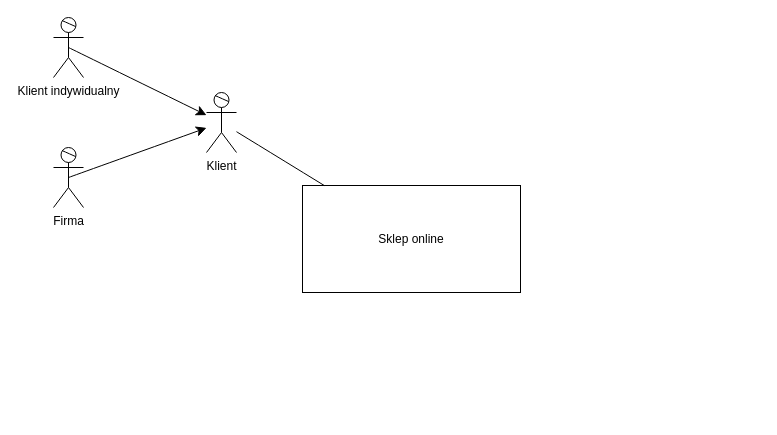
This is Diagram bez tytułu.drawio from Tarik-Alaiwi-dev/psi, a draw.io file, before an edit. Source tidied: cells renumbered, new cells numbered last; positions are measured from the earlier drawing's top-left corner, leaving out a move shared by most shapes. Both pictures are drawn from the tidied source at 100%, with x=0, y=0 at pixel (53, 17).
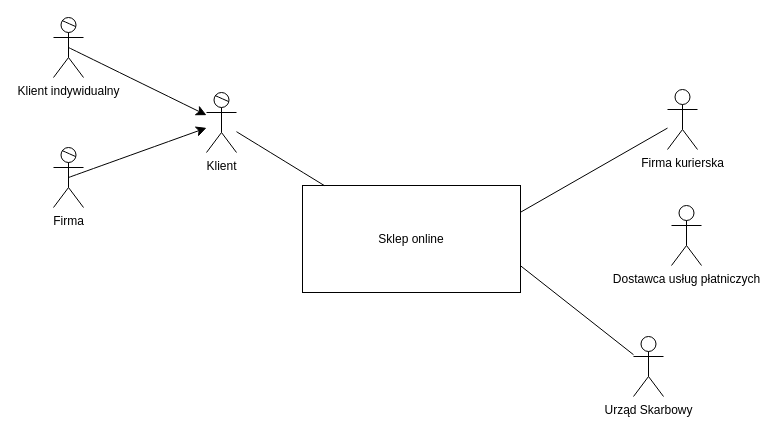
The same page after the edit.

What changed in the source:
```diff
@@
 <mxGraphModel>
   <root>
     <mxCell id="0" />
     <mxCell id="1" parent="0" />
     <mxCell id="2" value="Sklep online" style="rounded=0;whiteSpace=wrap;html=1;" parent="1" vertex="1">
       <mxGeometry x="249" y="168" width="218" height="107" as="geometry" />
     </mxCell>
+    <mxCell id="12" value="Urząd Skarbowy" style="shape=umlActor;verticalLabelPosition=bottom;verticalAlign=top;html=1;" parent="1" vertex="1">
+      <mxGeometry x="580" y="319" width="30" height="60" as="geometry" />
+    </mxCell>
     <mxCell id="3" value="Klient" style="shape=umlActor;verticalLabelPosition=bottom;verticalAlign=top;html=1;outlineConnect=0;" parent="1" vertex="1">
       <mxGeometry x="153" y="75" width="30" height="60" as="geometry" />
     </mxCell>
+    <mxCell id="13" style="rounded=0;jettySize=auto;html=1;entryX=1;entryY=0.75;entryDx=0;entryDy=0;endArrow=none;endFill=0;" parent="1" edge="1" source="12" target="2">
+      <mxGeometry relative="1" as="geometry" />
+    </mxCell>
     <mxCell id="4" style="endArrow=none;html=1;rounded=0;fontSize=12;startSize=8;endSize=8;curved=1;" parent="1" edge="1">
       <mxGeometry relative="1" as="geometry">
         <mxPoint x="161.5" y="78" as="sourcePoint" />
         <mxPoint x="175" y="84" as="targetPoint" />
       </mxGeometry>
     </mxCell>
+    <mxCell id="14" style="rounded=0;jettySize=auto;html=1;entryX=1;entryY=0.25;entryDx=0;entryDy=0;endArrow=none;endFill=0;" parent="1" edge="1" source="15" target="2">
+      <mxGeometry relative="1" as="geometry" />
+    </mxCell>
     <mxCell id="5" value="Klient indywidualny" style="shape=umlActor;verticalLabelPosition=bottom;verticalAlign=top;html=1;outlineConnect=0;" parent="1" vertex="1">
       <mxGeometry width="30" height="60" as="geometry" />
     </mxCell>
+    <mxCell id="15" value="Firma kurierska" style="shape=umlActor;verticalLabelPosition=bottom;verticalAlign=top;html=1;" parent="1" vertex="1">
+      <mxGeometry x="614" y="72" width="30" height="60" as="geometry" />
+    </mxCell>
     <mxCell id="6" style="endArrow=none;html=1;rounded=0;fontSize=12;startSize=8;endSize=8;curved=1;" parent="1" edge="1">
       <mxGeometry relative="1" as="geometry">
         <mxPoint x="8.5" y="3" as="sourcePoint" />
         <mxPoint x="22" y="9" as="targetPoint" />
       </mxGeometry>
     </mxCell>
+    <mxCell id="16" value="Dostawca usług płatniczych" style="shape=umlActor;verticalLabelPosition=bottom;verticalAlign=top;html=1;" parent="1" vertex="1">
+      <mxGeometry x="618" y="188" width="30" height="60" as="geometry" />
+    </mxCell>
     <mxCell id="7" style="endArrow=classic;html=1;rounded=0;fontSize=12;startSize=8;endSize=8;curved=1;exitX=0.5;exitY=0.5;exitDx=0;exitDy=0;exitPerimeter=0;" parent="1" edge="1" source="5" target="3">
       <mxGeometry relative="1" as="geometry" />
     </mxCell>
     <mxCell id="8" value="Firma" style="shape=umlActor;verticalLabelPosition=bottom;verticalAlign=top;html=1;outlineConnect=0;" parent="1" vertex="1">
       <mxGeometry y="130" width="30" height="60" as="geometry" />
     </mxCell>
     <mxCell id="9" style="endArrow=none;html=1;rounded=0;fontSize=12;startSize=8;endSize=8;curved=1;" parent="1" edge="1">
       <mxGeometry relative="1" as="geometry">
         <mxPoint x="8.5" y="133" as="sourcePoint" />
         <mxPoint x="22" y="139" as="targetPoint" />
       </mxGeometry>
     </mxCell>
     <mxCell id="10" style="endArrow=classic;html=1;rounded=0;fontSize=12;startSize=8;endSize=8;curved=1;exitX=0.5;exitY=0.5;exitDx=0;exitDy=0;exitPerimeter=0;" parent="1" edge="1" source="8" target="3">
       <mxGeometry relative="1" as="geometry" />
     </mxCell>
     <mxCell id="11" style="endArrow=none;html=1;rounded=0;fontSize=12;startSize=8;endSize=8;curved=1;" parent="1" edge="1" source="3" target="2">
       <mxGeometry relative="1" as="geometry" />
     </mxCell>
   </root>
 </mxGraphModel>
```
